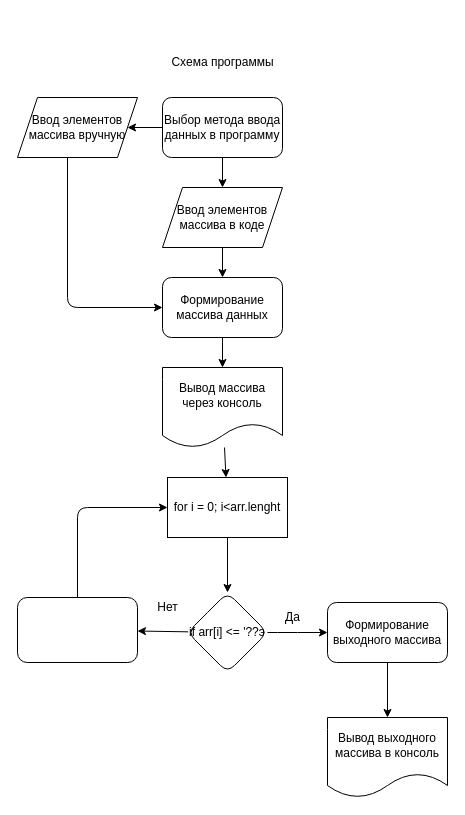
Before: schema.drawio in musicboy17/24_04_2023_Kontrolnaya, a draw.io diagram. Source tidied: cells renumbered, new cells numbered last; positions are measured from the earlier drawing's top-left corner, leaving out a move shared by most shapes. Both pictures are drawn from the tidied source at 100%, with x=0, y=0 at pixel (17, 47).
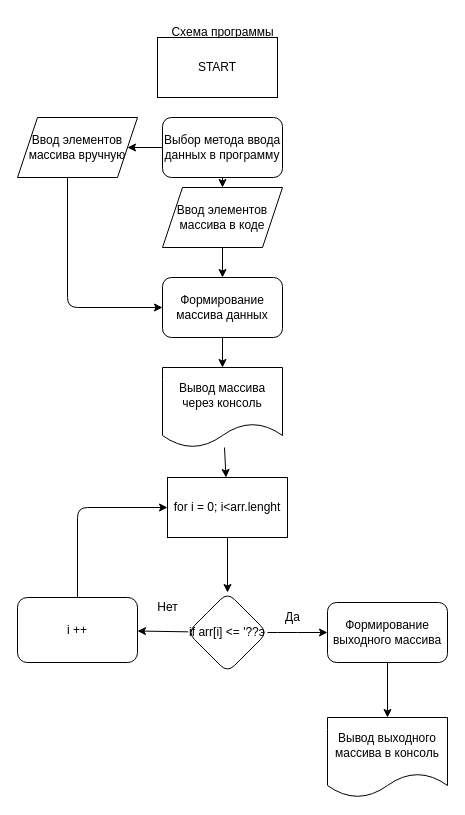
Above is the later version.

Commit message (it also covers changes not shown here):
Second002 step

The edit, as a diff of the source:
```diff
@@
     <mxCell id="2" value="Схема программы" style="text;html=1;align=center;verticalAlign=middle;strokeColor=none;fillColor=none;" parent="1" vertex="1">
-      <mxGeometry x="140" width="130" height="30" as="geometry" />
+      <mxGeometry x="140" y="-30" width="130" height="30" as="geometry" />
     </mxCell>
-    <mxCell id="3" style="edgeStyle=none;html=1;" parent="1" edge="1" source="5">
-      <mxGeometry relative="1" as="geometry">
-        <mxPoint x="110" y="80" as="targetPoint" />
-      </mxGeometry>
+    <mxCell id="3" style="edgeStyle=none;html=1;entryX=1;entryY=0.5;entryDx=0;entryDy=0;" parent="1" edge="1" source="5" target="16">
+      <mxGeometry relative="1" as="geometry" />
     </mxCell>
@@
     <mxCell id="5" value="Выбор метода ввода данных в программу" style="rounded=1;whiteSpace=wrap;html=1;" parent="1" vertex="1">
-      <mxGeometry x="145" y="50" width="120" height="60" as="geometry" />
+      <mxGeometry x="145" y="70" width="120" height="60" as="geometry" />
     </mxCell>
@@
     <mxCell id="16" value="Ввод элементов массива вручную" style="shape=parallelogram;perimeter=parallelogramPerimeter;whiteSpace=wrap;html=1;fixedSize=1;" parent="1" vertex="1">
-      <mxGeometry y="50" width="120" height="60" as="geometry" />
+      <mxGeometry y="70" width="120" height="60" as="geometry" />
     </mxCell>
@@
-    <mxCell id="24" style="whiteSpace=wrap;html=1;rounded=1;" parent="1" vertex="1">
+    <mxCell id="24" value="i ++" style="whiteSpace=wrap;html=1;rounded=1;" parent="1" vertex="1">
       <mxGeometry y="550" width="120" height="65" as="geometry" />
     </mxCell>
@@
+    <mxCell id="26" value="START" style="whiteSpace=wrap;html=1;" parent="1" vertex="1">
+      <mxGeometry x="140" y="-10" width="120" height="60" as="geometry" />
+    </mxCell>
```
